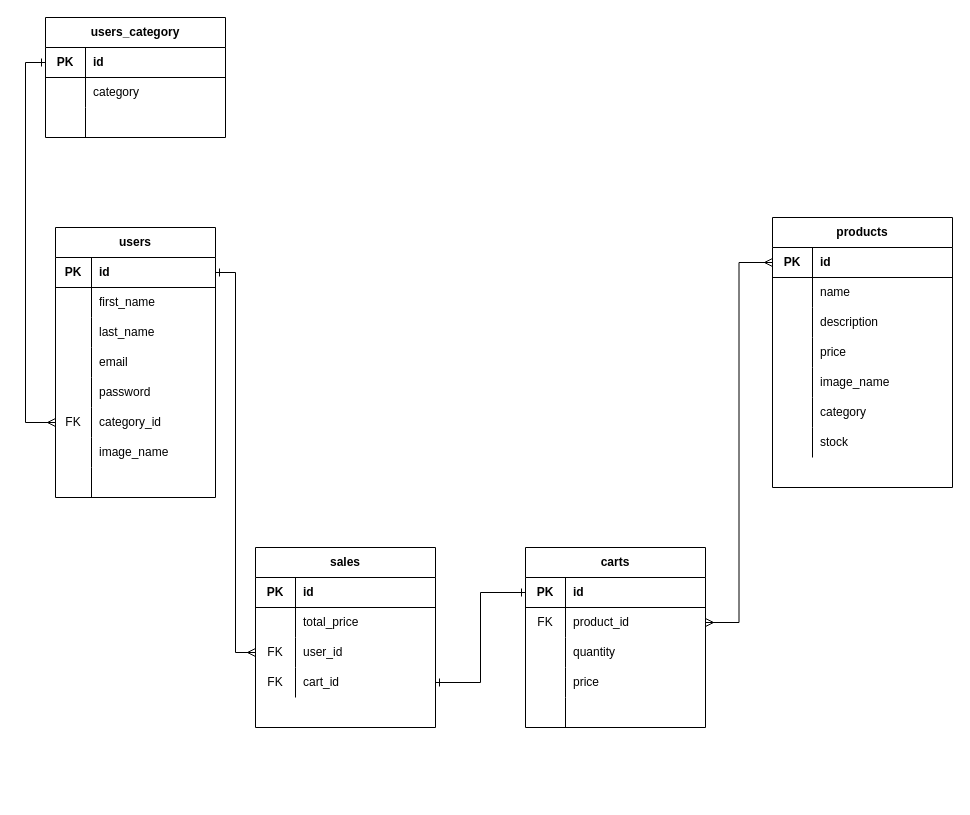
Before: Site/DER.drawio in 0920CDFSNCN27ARED/grupo-02, a draw.io diagram. Source tidied: cells renumbered, new cells numbered last; positions are measured from the earlier drawing's top-left corner, leaving out a move shared by most shapes. Both pictures are drawn from the tidied source at 100%, with x=0, y=0 at pixel (45, 17).
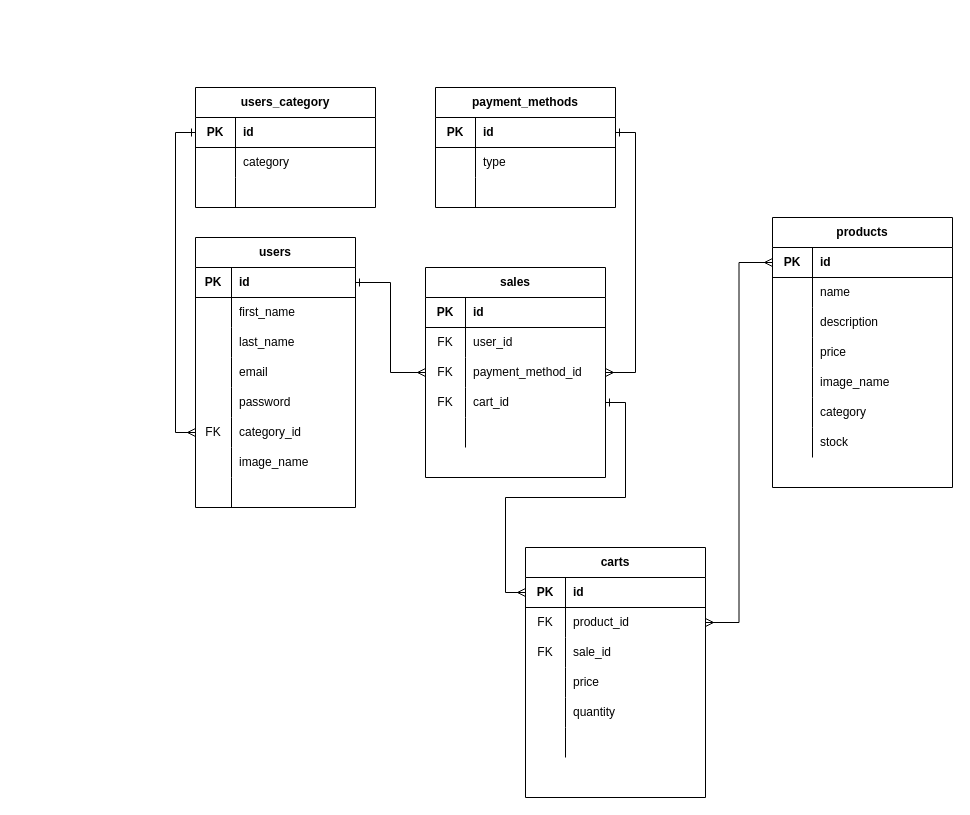
Above is the later version.

Commit message:
Subo cambio en drawio

Unchanged cells that the change refers to:
```xml
<mxCell id="54" style="shape=partialRectangle;html=1;whiteSpace=wrap;fillColor=none;top=0;left=0;bottom=0;right=0;" parent="50" vertex="1">
  <mxGeometry y="60" width="180" height="30" as="geometry" />
</mxCell>
<mxCell id="57" style="shape=partialRectangle;html=1;whiteSpace=wrap;fillColor=none;top=0;left=0;bottom=0;right=0;points=[[0,0.5],[1,0.5]];portConstraint=eastwest;" parent="50" vertex="1">
  <mxGeometry y="90" width="180" height="30" as="geometry" />
</mxCell>
<mxCell id="74" style="shape=partialRectangle;html=1;whiteSpace=wrap;fillColor=none;top=0;left=0;bottom=1;right=0;points=[[0,0.5],[1,0.5]];portConstraint=eastwest;" parent="73" vertex="1">
  <mxGeometry y="30" width="180" height="30" as="geometry" />
</mxCell>
<mxCell id="80" style="shape=partialRectangle;html=1;whiteSpace=wrap;fillColor=none;top=0;left=0;bottom=0;right=0;" parent="73" vertex="1">
  <mxGeometry y="90" width="180" height="30" as="geometry" />
</mxCell>
```

Diff of the diagram source:
```diff
@@
     <mxCell id="3" value="users" style="shape=table;html=1;whiteSpace=wrap;startSize=30;childLayout=tableLayout;rowLines=0;fontStyle=1;align=center;" parent="1" vertex="1">
-      <mxGeometry x="10" y="210" width="160" height="270" as="geometry" />
+      <mxGeometry x="150" y="220" width="160" height="270" as="geometry" />
     </mxCell>
@@
     <mxCell id="50" value="sales" style="shape=table;html=1;whiteSpace=wrap;startSize=30;childLayout=tableLayout;rowLines=0;fontStyle=1;align=center;" parent="1" vertex="1">
-      <mxGeometry x="210" y="530" width="180" height="180" as="geometry" />
+      <mxGeometry x="380" y="250" width="180" height="210" as="geometry" />
     </mxCell>
@@
-    <mxCell id="55" style="shape=partialRectangle;html=1;whiteSpace=wrap;fillColor=none;top=0;left=0;bottom=0;right=0;overflow=hidden;" parent="54" vertex="1">
+    <mxCell id="55" value="FK" style="shape=partialRectangle;html=1;whiteSpace=wrap;fillColor=none;top=0;left=0;bottom=0;right=0;overflow=hidden;" parent="54" vertex="1">
       <mxGeometry width="40" height="30" as="geometry" />
     </mxCell>
-    <mxCell id="56" value="total_price" style="shape=partialRectangle;html=1;whiteSpace=wrap;fillColor=none;top=0;left=0;bottom=0;right=0;align=left;spacingLeft=6;overflow=hidden;" parent="54" vertex="1">
+    <mxCell id="56" value="&lt;span&gt;user_id&lt;/span&gt;" style="shape=partialRectangle;html=1;whiteSpace=wrap;fillColor=none;top=0;left=0;bottom=0;right=0;align=left;spacingLeft=6;overflow=hidden;" parent="54" vertex="1">
       <mxGeometry x="40" width="140" height="30" as="geometry" />
     </mxCell>
@@
-    <mxCell id="59" value="user_id" style="shape=partialRectangle;html=1;whiteSpace=wrap;fillColor=none;top=0;left=0;bottom=0;right=0;align=left;spacingLeft=6;overflow=hidden;" parent="57" vertex="1">
+    <mxCell id="59" value="&lt;span&gt;payment_method_id&lt;/span&gt;" style="shape=partialRectangle;html=1;whiteSpace=wrap;fillColor=none;top=0;left=0;bottom=0;right=0;align=left;spacingLeft=6;overflow=hidden;" parent="57" vertex="1">
       <mxGeometry x="40" width="140" height="30" as="geometry" />
     </mxCell>
+    <mxCell id="92" style="shape=partialRectangle;html=1;whiteSpace=wrap;fillColor=none;top=0;left=0;bottom=0;right=0;points=[[0,0.5],[1,0.5]];portConstraint=eastwest;" parent="50" vertex="1">
+      <mxGeometry y="120" width="180" height="30" as="geometry" />
+    </mxCell>
+    <mxCell id="93" value="FK" style="shape=partialRectangle;html=1;whiteSpace=wrap;fillColor=none;top=0;left=0;bottom=0;right=0;overflow=hidden;" parent="92" vertex="1">
+      <mxGeometry width="40" height="30" as="geometry" />
+    </mxCell>
+    <mxCell id="94" value="cart_id" style="shape=partialRectangle;html=1;whiteSpace=wrap;fillColor=none;top=0;left=0;bottom=0;right=0;align=left;spacingLeft=6;overflow=hidden;" parent="92" vertex="1">
+      <mxGeometry x="40" width="140" height="30" as="geometry" />
+    </mxCell>
     <mxCell id="60" style="shape=partialRectangle;html=1;whiteSpace=wrap;fillColor=none;top=0;left=0;bottom=0;right=0;points=[[0,0.5],[1,0.5]];portConstraint=eastwest;" parent="50" vertex="1">
-      <mxGeometry y="120" width="180" height="30" as="geometry" />
+      <mxGeometry y="150" width="180" height="30" as="geometry" />
     </mxCell>
-    <mxCell id="61" value="FK" style="shape=partialRectangle;html=1;whiteSpace=wrap;fillColor=none;top=0;left=0;bottom=0;right=0;overflow=hidden;" parent="60" vertex="1">
+    <mxCell id="61" style="shape=partialRectangle;html=1;whiteSpace=wrap;fillColor=none;top=0;left=0;bottom=0;right=0;overflow=hidden;" parent="60" vertex="1">
       <mxGeometry width="40" height="30" as="geometry" />
     </mxCell>
-    <mxCell id="62" value="cart_id" style="shape=partialRectangle;html=1;whiteSpace=wrap;fillColor=none;top=0;left=0;bottom=0;right=0;align=left;spacingLeft=6;overflow=hidden;" parent="60" vertex="1">
+    <mxCell id="62" style="shape=partialRectangle;html=1;whiteSpace=wrap;fillColor=none;top=0;left=0;bottom=0;right=0;align=left;spacingLeft=6;overflow=hidden;" parent="60" vertex="1">
       <mxGeometry x="40" width="140" height="30" as="geometry" />
     </mxCell>
     <mxCell id="63" value="users_category" style="shape=table;html=1;whiteSpace=wrap;startSize=30;childLayout=tableLayout;rowLines=0;fontStyle=1;align=center;" parent="1" vertex="1">
-      <mxGeometry width="180" height="120" as="geometry" />
+      <mxGeometry x="150" y="70" width="180" height="120" as="geometry" />
     </mxCell>
@@
     <mxCell id="73" value="carts" style="shape=table;html=1;whiteSpace=wrap;startSize=30;childLayout=tableLayout;rowLines=0;fontStyle=1;align=center;" parent="1" vertex="1">
-      <mxGeometry x="480" y="530" width="180" height="180" as="geometry" />
+      <mxGeometry x="480" y="530" width="180" height="250" as="geometry" />
     </mxCell>
@@
-    <mxCell id="81" style="shape=partialRectangle;html=1;whiteSpace=wrap;fillColor=none;top=0;left=0;bottom=0;right=0;overflow=hidden;" parent="80" vertex="1">
+    <mxCell id="81" value="FK" style="shape=partialRectangle;html=1;whiteSpace=wrap;fillColor=none;top=0;left=0;bottom=0;right=0;overflow=hidden;" parent="80" vertex="1">
       <mxGeometry width="40" height="30" as="geometry" />
     </mxCell>
-    <mxCell id="82" value="quantity" style="shape=partialRectangle;html=1;whiteSpace=wrap;fillColor=none;top=0;left=0;bottom=0;right=0;align=left;spacingLeft=6;overflow=hidden;" parent="80" vertex="1">
+    <mxCell id="82" value="sale_id" style="shape=partialRectangle;html=1;whiteSpace=wrap;fillColor=none;top=0;left=0;bottom=0;right=0;align=left;spacingLeft=6;overflow=hidden;" parent="80" vertex="1">
       <mxGeometry x="40" width="140" height="30" as="geometry" />
     </mxCell>
@@
+    <mxCell id="95" style="shape=partialRectangle;html=1;whiteSpace=wrap;fillColor=none;top=0;left=0;bottom=0;right=0;" parent="73" vertex="1">
+      <mxGeometry y="150" width="180" height="30" as="geometry" />
+    </mxCell>
+    <mxCell id="96" style="shape=partialRectangle;html=1;whiteSpace=wrap;fillColor=none;top=0;left=0;bottom=0;right=0;overflow=hidden;" parent="95" vertex="1">
+      <mxGeometry width="40" height="30" as="geometry" />
+    </mxCell>
+    <mxCell id="97" value="quantity" style="shape=partialRectangle;html=1;whiteSpace=wrap;fillColor=none;top=0;left=0;bottom=0;right=0;align=left;spacingLeft=6;overflow=hidden;" parent="95" vertex="1">
+      <mxGeometry x="40" width="140" height="30" as="geometry" />
+    </mxCell>
     <mxCell id="86" style="shape=partialRectangle;html=1;whiteSpace=wrap;fillColor=none;top=0;left=0;bottom=0;right=0;" parent="73" vertex="1">
-      <mxGeometry y="150" width="180" height="30" as="geometry" />
+      <mxGeometry y="180" width="180" height="30" as="geometry" />
     </mxCell>
@@
-    <mxCell id="89" style="edgeStyle=orthogonalEdgeStyle;rounded=0;jettySize=auto;html=1;entryX=0;entryY=0.5;entryDx=0;entryDy=0;startArrow=ERone;startFill=0;endArrow=ERone;endFill=0;" parent="1" edge="1" source="60" target="74">
+    <mxCell id="89" style="edgeStyle=orthogonalEdgeStyle;rounded=0;jettySize=auto;html=1;entryX=0;entryY=0.5;entryDx=0;entryDy=0;startArrow=ERone;startFill=0;endArrow=ERmany;endFill=0;exitX=1;exitY=0.5;exitDx=0;exitDy=0;" parent="1" edge="1" source="92" target="74">
       <mxGeometry relative="1" as="geometry" />
     </mxCell>
@@
+    <mxCell id="98" value="payment_methods" style="shape=table;html=1;whiteSpace=wrap;startSize=30;childLayout=tableLayout;rowLines=0;fontStyle=1;align=center;" parent="1" vertex="1">
+      <mxGeometry x="390" y="70" width="180" height="120" as="geometry" />
+    </mxCell>
+    <mxCell id="99" style="shape=partialRectangle;html=1;whiteSpace=wrap;fillColor=none;top=0;left=0;bottom=1;right=0;points=[[0,0.5],[1,0.5]];portConstraint=eastwest;" parent="98" vertex="1">
+      <mxGeometry y="30" width="180" height="30" as="geometry" />
+    </mxCell>
+    <mxCell id="100" value="&lt;b&gt;PK&lt;/b&gt;" style="shape=partialRectangle;html=1;whiteSpace=wrap;fillColor=none;top=0;left=0;bottom=0;right=0;overflow=hidden;" parent="99" vertex="1">
+      <mxGeometry width="40" height="30" as="geometry" />
+    </mxCell>
+    <mxCell id="101" value="&lt;b&gt;id&lt;/b&gt;" style="shape=partialRectangle;html=1;whiteSpace=wrap;fillColor=none;top=0;left=0;bottom=0;right=0;align=left;spacingLeft=6;overflow=hidden;" parent="99" vertex="1">
+      <mxGeometry x="40" width="140" height="30" as="geometry" />
+    </mxCell>
+    <mxCell id="102" style="shape=partialRectangle;html=1;whiteSpace=wrap;fillColor=none;top=0;left=0;bottom=0;right=0;" parent="98" vertex="1">
+      <mxGeometry y="60" width="180" height="30" as="geometry" />
+    </mxCell>
+    <mxCell id="103" style="shape=partialRectangle;html=1;whiteSpace=wrap;fillColor=none;top=0;left=0;bottom=0;right=0;overflow=hidden;" parent="102" vertex="1">
+      <mxGeometry width="40" height="30" as="geometry" />
+    </mxCell>
+    <mxCell id="104" value="type" style="shape=partialRectangle;html=1;whiteSpace=wrap;fillColor=none;top=0;left=0;bottom=0;right=0;align=left;spacingLeft=6;overflow=hidden;" parent="102" vertex="1">
+      <mxGeometry x="40" width="140" height="30" as="geometry" />
+    </mxCell>
+    <mxCell id="105" style="shape=partialRectangle;html=1;whiteSpace=wrap;fillColor=none;top=0;left=0;bottom=0;right=0;" parent="98" vertex="1">
+      <mxGeometry y="90" width="180" height="30" as="geometry" />
+    </mxCell>
+    <mxCell id="106" style="shape=partialRectangle;html=1;whiteSpace=wrap;fillColor=none;top=0;left=0;bottom=0;right=0;overflow=hidden;" parent="105" vertex="1">
+      <mxGeometry width="40" height="30" as="geometry" />
+    </mxCell>
+    <mxCell id="107" style="shape=partialRectangle;html=1;whiteSpace=wrap;fillColor=none;top=0;left=0;bottom=0;right=0;align=left;spacingLeft=6;overflow=hidden;" parent="105" vertex="1">
+      <mxGeometry x="40" width="140" height="30" as="geometry" />
+    </mxCell>
+    <mxCell id="108" style="edgeStyle=orthogonalEdgeStyle;rounded=0;jettySize=auto;html=1;entryX=1;entryY=0.5;entryDx=0;entryDy=0;startArrow=ERone;startFill=0;endArrow=ERmany;endFill=0;" parent="1" edge="1" source="99" target="57">
+      <mxGeometry relative="1" as="geometry">
+        <Array as="points">
+          <mxPoint x="590" y="115" />
+          <mxPoint x="590" y="355" />
+        </Array>
+      </mxGeometry>
+    </mxCell>
```
